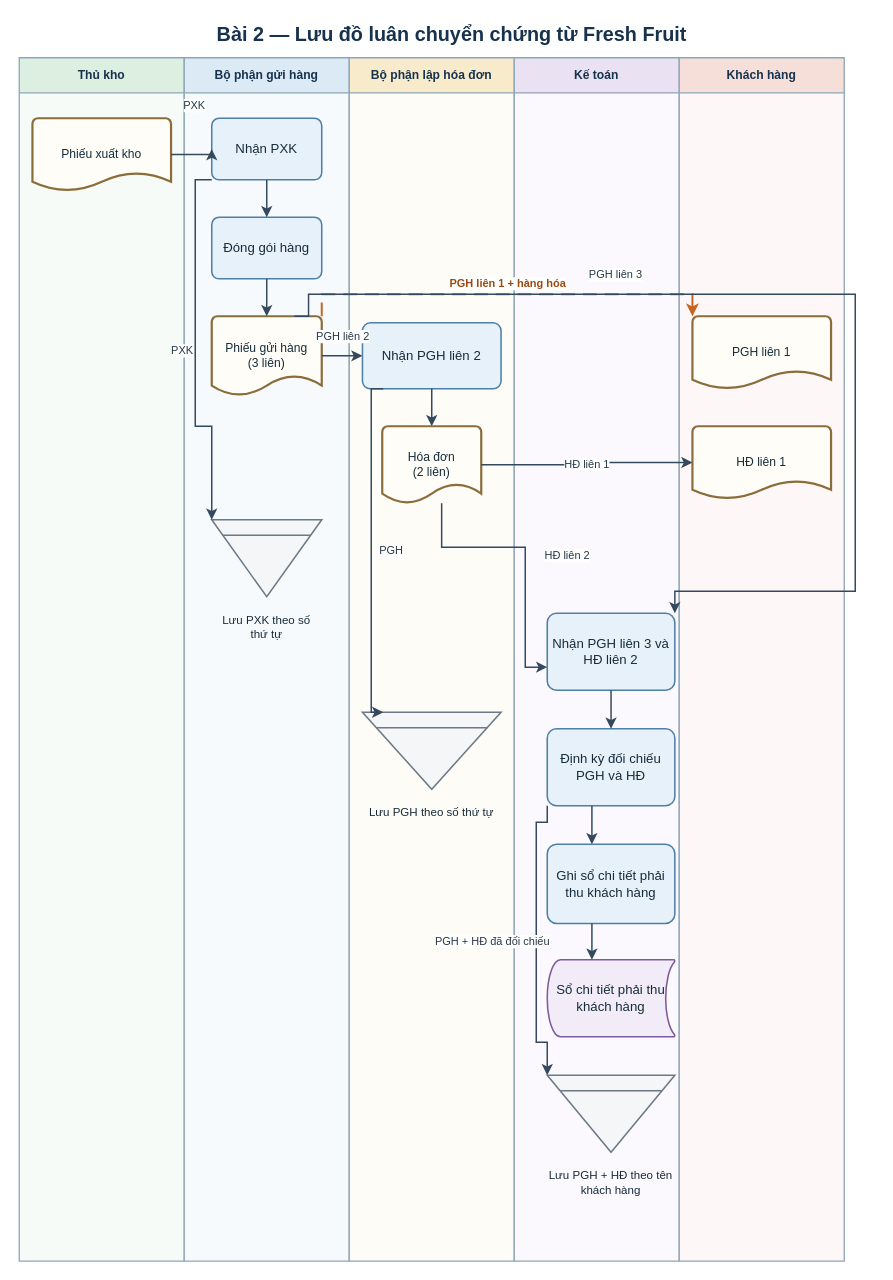
This is assets/drawio/05_fresh_fruit_flow.drawio from saigonbaddielover/thtrang, a draw.io file, before an edit. Source tidied: cells renumbered, new cells numbered last; positions are measured from the earlier drawing's top-left corner, leaving out a move shared by most shapes. Both pictures are drawn from the tidied source at 110%, with x=0, y=0 at pixel (19, 19).
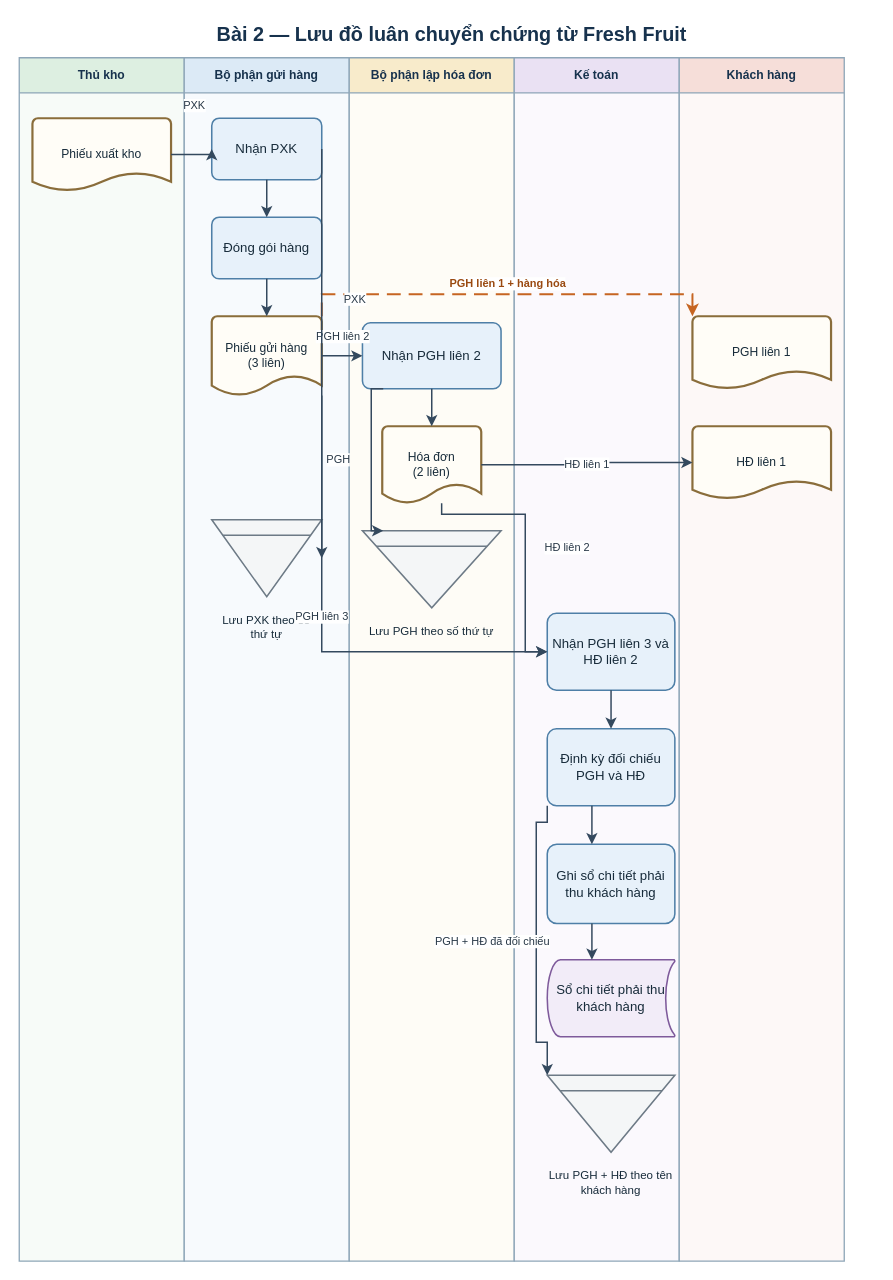
The same page after the edit.

The change refers to these unchanged cells:
```xml
<mxCell id="5" value="Bộ phận lập hóa đơn" style="swimlane;horizontal=1;startSize=32;html=1;whiteSpace=wrap;fontFamily=Arial;fontSize=11;fontStyle=1;fontColor=#17324D;align=center;verticalAlign=middle;rounded=0;fillColor=#F8EBCB;swimlaneFillColor=#FEFCF6;strokeColor=#8EA6B8;strokeWidth=1.2;" parent="1" vertex="1">
  <mxGeometry x="300" y="35" width="150" height="1094" as="geometry" />
</mxCell>
<mxCell id="9" value="Nhận PXK" style="rounded=1;arcSize=12;html=1;whiteSpace=wrap;fontFamily=Arial;align=center;verticalAlign=middle;fontColor=#172B3A; fontSize=11;spacing=5;fillColor=#E7F1FA;strokeColor=#4E7FA7;strokeWidth=1.4;" parent="4" vertex="1">
  <mxGeometry x="25" y="55" width="100" height="56" as="geometry" />
</mxCell>
<mxCell id="11" value="Phiếu gửi hàng&lt;br&gt;(3 liên)" style="strokeWidth=2;shape=mxgraph.flowchart.document2;size=0.25;html=1;whiteSpace=wrap;fontFamily=Arial;align=center;verticalAlign=middle;fontColor=#172B3A;fontSize=11;spacing=4;fillColor=#FFFDF7;strokeColor=#8A6D3B;" parent="4" vertex="1">
  <mxGeometry x="25" y="235" width="100" height="72" as="geometry" />
</mxCell>
<mxCell id="12" value="Lưu PXK theo số thứ tự" style="shape=mxgraph.dfd.archive;html=1;whiteSpace=wrap;fontFamily=Arial;align=center;verticalLabelPosition=bottom;verticalAlign=top;fontColor=#172B3A;fontSize=10.5;spacingTop=8;fillColor=#F4F6F7;strokeColor=#6D7A86;strokeWidth=1.4;" parent="4" vertex="1">
  <mxGeometry x="25" y="420" width="100" height="70" as="geometry" />
</mxCell>
<mxCell id="13" value="Nhận PGH liên 2" style="rounded=1;arcSize=12;html=1;whiteSpace=wrap;fontFamily=Arial;align=center;verticalAlign=middle;fontColor=#172B3A; fontSize=11;spacing=5;fillColor=#E7F1FA;strokeColor=#4E7FA7;strokeWidth=1.4;" parent="5" vertex="1">
  <mxGeometry x="12" y="241" width="126" height="60" as="geometry" />
</mxCell>
<mxCell id="14" value="Hóa đơn&lt;br&gt;(2 liên)" style="strokeWidth=2;shape=mxgraph.flowchart.document2;size=0.25;html=1;whiteSpace=wrap;fontFamily=Arial;align=center;verticalAlign=middle;fontColor=#172B3A;fontSize=11;spacing=4;fillColor=#FFFDF7;strokeColor=#8A6D3B;" parent="5" vertex="1">
  <mxGeometry x="30" y="335" width="90" height="70" as="geometry" />
</mxCell>
<mxCell id="16" value="Nhận PGH liên 3 và HĐ liên 2" style="rounded=1;arcSize=12;html=1;whiteSpace=wrap;fontFamily=Arial;align=center;verticalAlign=middle;fontColor=#172B3A; fontSize=11;spacing=5;fillColor=#E7F1FA;strokeColor=#4E7FA7;strokeWidth=1.4;" parent="6" vertex="1">
  <mxGeometry x="30" y="505" width="116" height="70" as="geometry" />
</mxCell>
```

What changed in the source:
```diff
@@
     <mxCell id="15" value="Lưu PGH theo số thứ tự" style="shape=mxgraph.dfd.archive;html=1;whiteSpace=wrap;fontFamily=Arial;align=center;verticalLabelPosition=bottom;verticalAlign=top;fontColor=#172B3A;fontSize=10.5;spacingTop=8;fillColor=#F4F6F7;strokeColor=#6D7A86;strokeWidth=1.4;" parent="5" vertex="1">
-      <mxGeometry x="12" y="595" width="126" height="70" as="geometry" />
+      <mxGeometry x="12" y="430" width="126" height="70" as="geometry" />
     </mxCell>
@@
-    <mxCell id="28" value="PGH liên 3" style="edgeStyle=orthogonalEdgeStyle;rounded=0;jettySize=auto;html=1;fontFamily=Arial;fontSize=10;fontColor=#273746;labelBackgroundColor=#FFFFFF;strokeColor=#34495E;strokeWidth=1.35;endArrow=classic;endFill=1;exitX=0.75;exitY=0;entryX=1;entryY=0;" parent="1" edge="1" source="11" target="16">
+    <mxCell id="28" value="PGH liên 3" style="edgeStyle=orthogonalEdgeStyle;rounded=0;jettySize=auto;html=1;fontFamily=Arial;fontSize=10;fontColor=#273746;labelBackgroundColor=#FFFFFF;strokeColor=#34495E;strokeWidth=1.35;endArrow=classic;endFill=1;exitX=1;exitY=1;entryX=0;entryY=0.5;" parent="1" edge="1" source="11" target="16">
       <mxGeometry relative="1" as="geometry">
         <Array as="points">
-          <mxPoint x="263" y="250" />
-          <mxPoint x="760" y="250" />
-          <mxPoint x="760" y="520" />
-          <mxPoint x="596" y="520" />
+          <mxPoint x="275" y="380" />
+          <mxPoint x="275" y="575" />
         </Array>
-        <mxPoint x="-180" y="-18" as="offset" />
+        <mxPoint y="-18" as="offset" />
       </mxGeometry>
     </mxCell>
-    <mxCell id="29" value="PXK" style="edgeStyle=orthogonalEdgeStyle;rounded=0;jettySize=auto;html=1;fontFamily=Arial;fontSize=10;fontColor=#273746;labelBackgroundColor=#FFFFFF;strokeColor=#34495E;strokeWidth=1.35;endArrow=classic;endFill=1;exitX=0;exitY=1;entryX=0;entryY=0;" parent="1" edge="1" source="9" target="12">
+    <mxCell id="29" value="PXK" style="edgeStyle=orthogonalEdgeStyle;rounded=0;jettySize=auto;html=1;fontFamily=Arial;fontSize=10;fontColor=#273746;labelBackgroundColor=#FFFFFF;strokeColor=#34495E;strokeWidth=1.35;endArrow=classic;endFill=1;exitX=1;exitY=0.5;entryX=1;entryY=0.5;" parent="1" edge="1" source="9" target="12">
       <mxGeometry relative="1" as="geometry">
         <Array as="points">
-          <mxPoint x="160" y="146" />
-          <mxPoint x="160" y="370" />
+          <mxPoint x="275" y="118" />
+          <mxPoint x="275" y="490" />
         </Array>
-        <mxPoint x="-12" as="offset" />
+        <mxPoint x="30" y="-50" as="offset" />
       </mxGeometry>
     </mxCell>
@@
-    <mxCell id="32" value="HĐ liên 2" style="edgeStyle=orthogonalEdgeStyle;rounded=0;jettySize=auto;html=1;fontFamily=Arial;fontSize=10;fontColor=#273746;labelBackgroundColor=#FFFFFF;strokeColor=#34495E;strokeWidth=1.35;endArrow=classic;endFill=1;exitX=0.6;exitY=1;entryX=0;entryY=0.7;" parent="1" edge="1" source="14" target="16">
+    <mxCell id="32" value="HĐ liên 2" style="edgeStyle=orthogonalEdgeStyle;rounded=0;jettySize=auto;html=1;fontFamily=Arial;fontSize=10;fontColor=#273746;labelBackgroundColor=#FFFFFF;strokeColor=#34495E;strokeWidth=1.35;endArrow=classic;endFill=1;exitX=0.6;exitY=1;entryX=0;entryY=0.5;" parent="1" edge="1" source="14" target="16">
       <mxGeometry relative="1" as="geometry">
         <Array as="points">
-          <mxPoint x="384" y="480" />
-          <mxPoint x="460" y="480" />
+          <mxPoint x="384" y="450" />
+          <mxPoint x="460" y="450" />
         </Array>
         <mxPoint x="38" as="offset" />
       </mxGeometry>
     </mxCell>
     <mxCell id="33" value="PGH" style="edgeStyle=orthogonalEdgeStyle;rounded=0;jettySize=auto;html=1;fontFamily=Arial;fontSize=10;fontColor=#273746;labelBackgroundColor=#FFFFFF;strokeColor=#34495E;strokeWidth=1.35;endArrow=classic;endFill=1;exitX=0.15;exitY=1;entryX=0.15;entryY=0;" parent="1" edge="1" source="13" target="15">
       <mxGeometry relative="1" as="geometry">
         <Array as="points">
           <mxPoint x="320" y="336" />
-          <mxPoint x="320" y="630" />
+          <mxPoint x="320" y="465" />
         </Array>
-        <mxPoint x="18" as="offset" />
+        <mxPoint x="-30" as="offset" />
       </mxGeometry>
     </mxCell>
```
